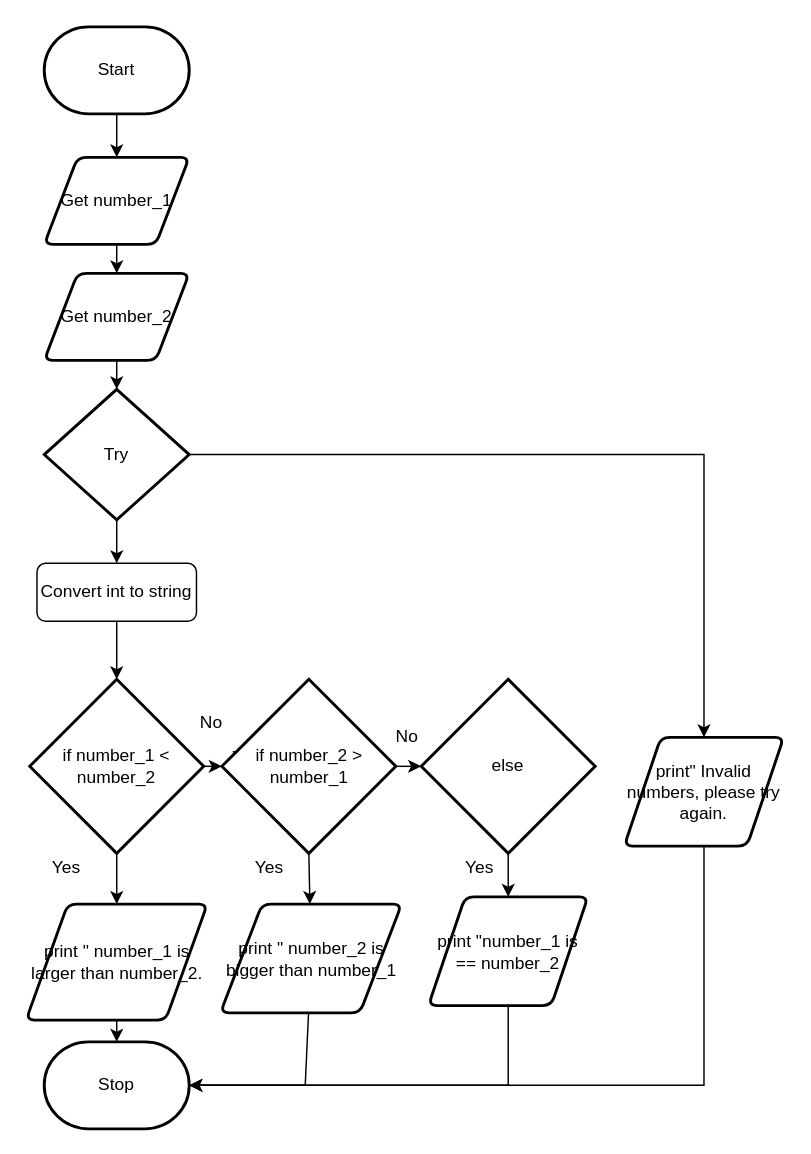
Above: Draw.io/Flowchart.drawio in Peter-Gemmell/ICS3U-Assignment-3-Python (draw.io), before the change. Source tidied: cells renumbered, new cells numbered last; positions are measured from the earlier drawing's top-left corner, leaving out a move shared by most shapes. Both pictures are drawn from the tidied source at 145%, with x=0, y=0 at pixel (26, 26).
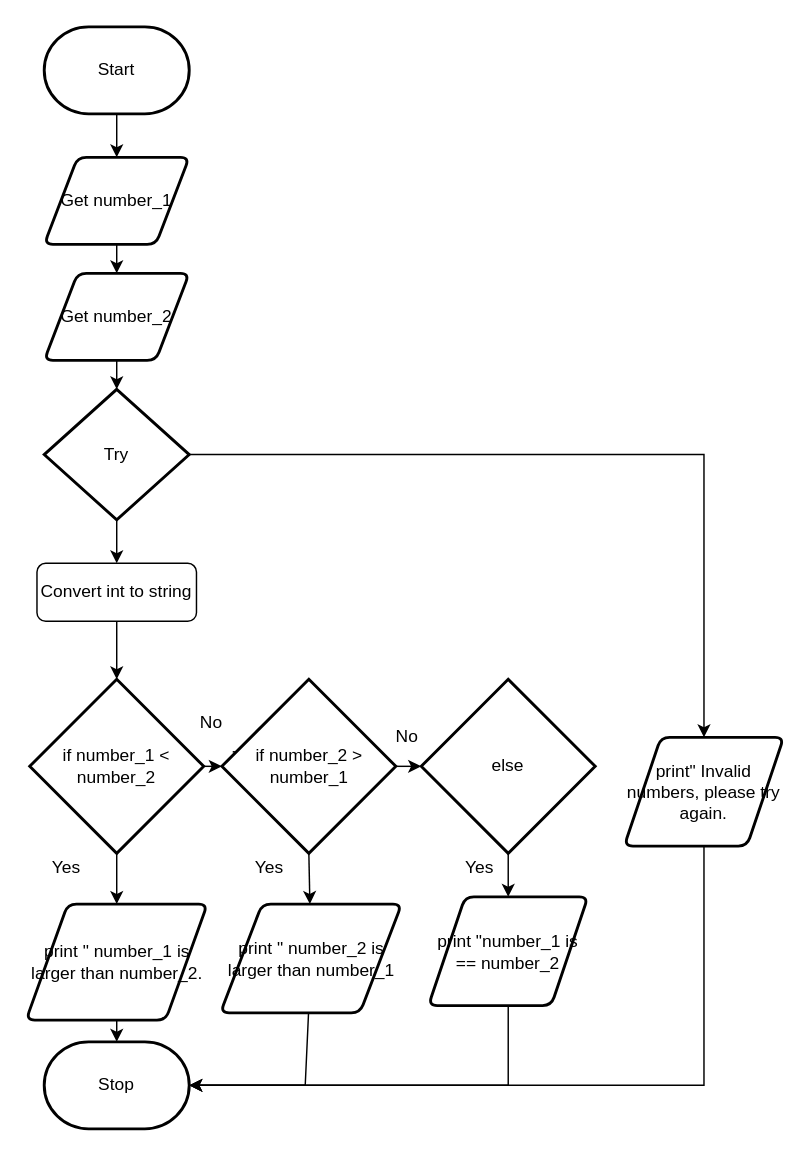
Above is the later version.

What changed in the source:
```diff
@@
-    <mxCell id="24" value="print &quot; number_2 is bigger than number_1" style="shape=parallelogram;html=1;strokeWidth=2;perimeter=parallelogramPerimeter;whiteSpace=wrap;rounded=1;arcSize=12;size=0.23;" parent="1" vertex="1">
+    <mxCell id="24" value="print &quot; number_2 is larger than number_1" style="shape=parallelogram;html=1;strokeWidth=2;perimeter=parallelogramPerimeter;whiteSpace=wrap;rounded=1;arcSize=12;size=0.23;" parent="1" vertex="1">
       <mxGeometry x="133.5" y="605" width="125" height="75" as="geometry" />
     </mxCell>
```
